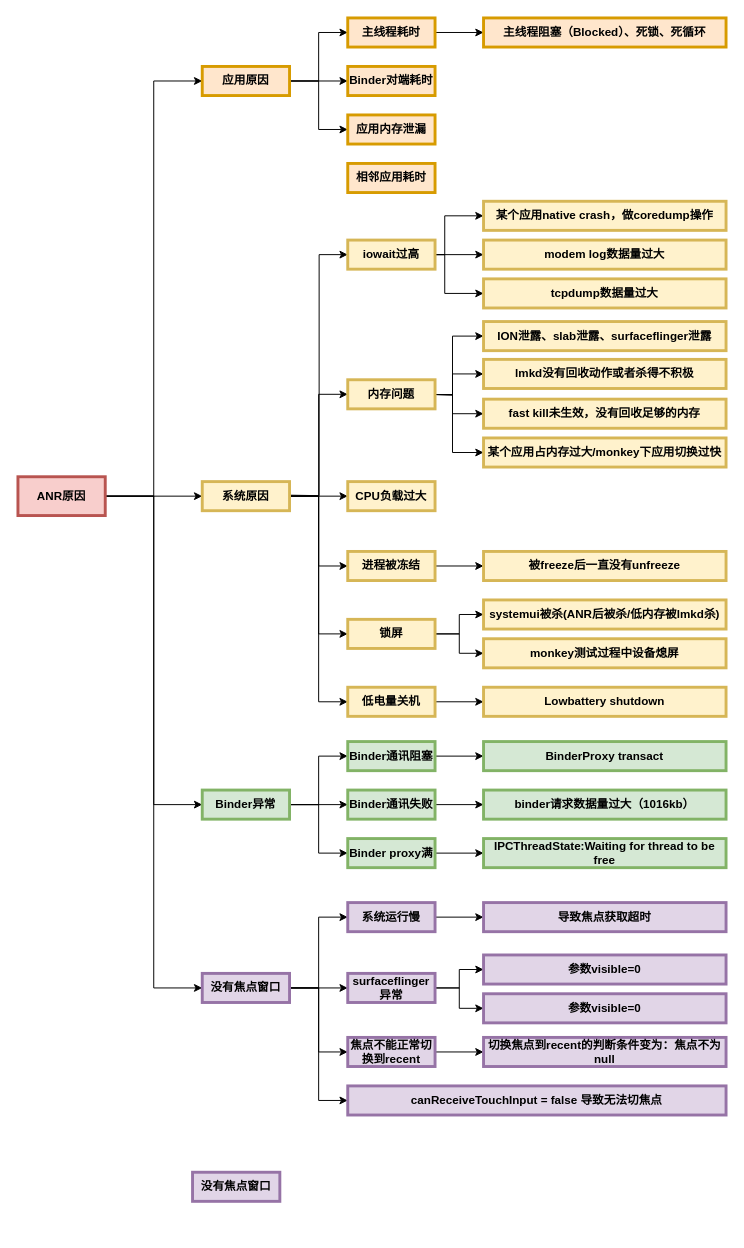
Above: ANR原因.drawio in qiutianfu1994/Android-Camera-App (draw.io), before the change. Source tidied: cells renumbered, new cells numbered last; positions are measured from the earlier drawing's top-left corner, leaving out a move shared by most shapes. Both pictures are drawn from the tidied source at 97%, with x=0, y=0 at pixel (17, 17).
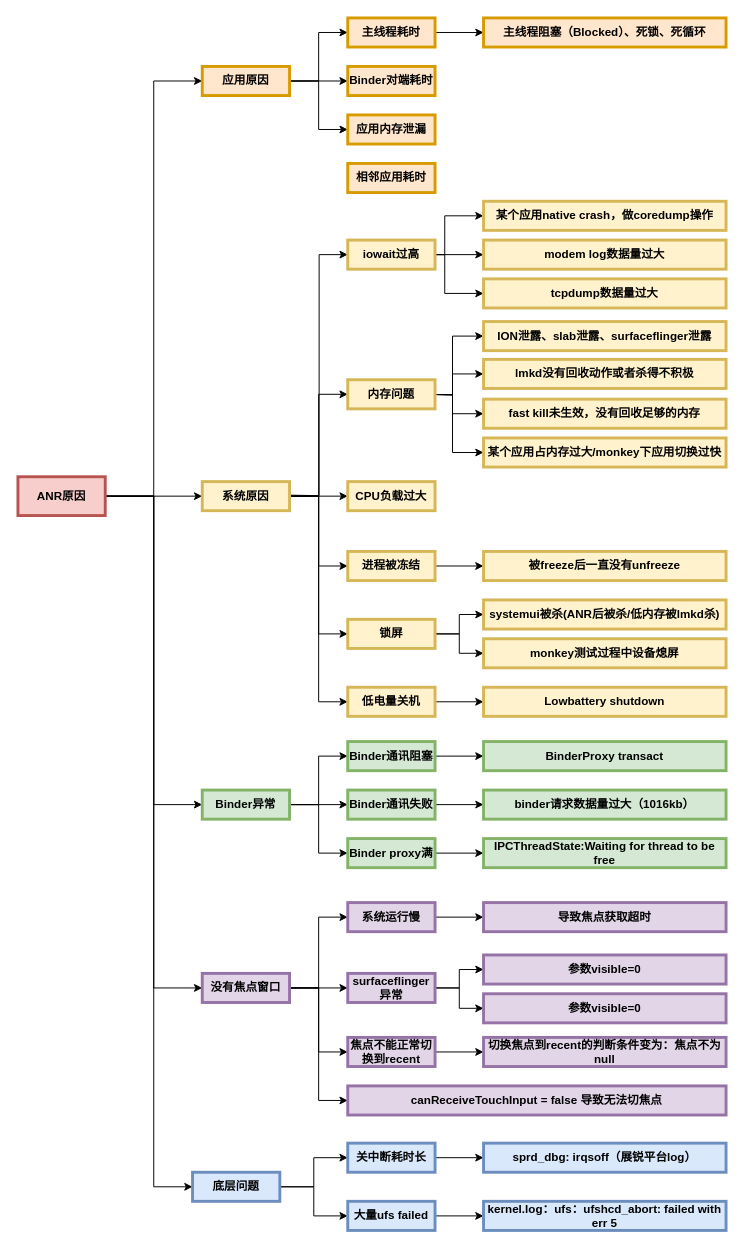
Above is the later version.

The change refers to these unchanged cells:
```xml
<mxCell id="6" value="ANR原因" style="whiteSpace=wrap;align=center;verticalAlign=middle;fontStyle=1;strokeWidth=3;fillColor=#f8cecc;strokeColor=#b85450;" parent="1" vertex="1">
  <mxGeometry y="473" width="90" height="40" as="geometry" />
</mxCell>
```

What changed in the source:
```diff
@@
+    <mxCell id="83" style="edgeStyle=orthogonalEdgeStyle;rounded=0;jettySize=auto;html=1;entryX=0;entryY=0.5;entryDx=0;entryDy=0;" parent="1" edge="1" source="6" target="82">
+      <mxGeometry relative="1" as="geometry">
+        <Array as="points">
+          <mxPoint x="140" y="493" />
+          <mxPoint x="140" y="1205" />
+        </Array>
+      </mxGeometry>
+    </mxCell>
@@
+    <mxCell id="84" style="edgeStyle=orthogonalEdgeStyle;rounded=0;jettySize=auto;html=1;entryX=0;entryY=0.5;entryDx=0;entryDy=0;" parent="1" edge="1" source="82" target="87">
+      <mxGeometry relative="1" as="geometry" />
+    </mxCell>
+    <mxCell id="85" style="edgeStyle=orthogonalEdgeStyle;rounded=0;jettySize=auto;html=1;" parent="1" edge="1" source="82" target="89">
+      <mxGeometry relative="1" as="geometry" />
+    </mxCell>
-    <mxCell id="82" value="没有焦点窗口" style="whiteSpace=wrap;align=center;verticalAlign=middle;fontStyle=1;strokeWidth=3;fillColor=#e1d5e7;strokeColor=#9673a6;" parent="1" vertex="1">
+    <mxCell id="82" value="底层问题" style="whiteSpace=wrap;align=center;verticalAlign=middle;fontStyle=1;strokeWidth=3;fillColor=#dae8fc;strokeColor=#6c8ebf;" parent="1" vertex="1">
       <mxGeometry x="180" y="1190" width="90" height="30" as="geometry" />
     </mxCell>
+    <mxCell id="86" style="edgeStyle=orthogonalEdgeStyle;rounded=0;jettySize=auto;html=1;entryX=0;entryY=0.5;entryDx=0;entryDy=0;" parent="1" edge="1" source="87" target="90">
+      <mxGeometry relative="1" as="geometry" />
+    </mxCell>
+    <mxCell id="87" value="关中断耗时长" style="whiteSpace=wrap;align=center;verticalAlign=middle;fontStyle=1;strokeWidth=3;fillColor=#dae8fc;strokeColor=#6c8ebf;" parent="1" vertex="1">
+      <mxGeometry x="340" y="1160" width="90" height="30" as="geometry" />
+    </mxCell>
+    <mxCell id="88" style="edgeStyle=orthogonalEdgeStyle;rounded=0;jettySize=auto;html=1;" parent="1" edge="1" source="89" target="91">
+      <mxGeometry relative="1" as="geometry" />
+    </mxCell>
+    <mxCell id="89" value="大量ufs failed" style="whiteSpace=wrap;align=center;verticalAlign=middle;fontStyle=1;strokeWidth=3;fillColor=#dae8fc;strokeColor=#6c8ebf;" parent="1" vertex="1">
+      <mxGeometry x="340" y="1220" width="90" height="30" as="geometry" />
+    </mxCell>
+    <mxCell id="90" value="sprd_dbg: irqsoff（展锐平台log）" style="whiteSpace=wrap;align=center;verticalAlign=middle;fontStyle=1;strokeWidth=3;fillColor=#dae8fc;strokeColor=#6c8ebf;" parent="1" vertex="1">
+      <mxGeometry x="480" y="1160" width="250" height="30" as="geometry" />
+    </mxCell>
+    <mxCell id="91" value="kernel.log：ufs：ufshcd_abort: failed with err 5" style="whiteSpace=wrap;align=center;verticalAlign=middle;fontStyle=1;strokeWidth=3;fillColor=#dae8fc;strokeColor=#6c8ebf;" parent="1" vertex="1">
+      <mxGeometry x="480" y="1220" width="250" height="30" as="geometry" />
+    </mxCell>
```
